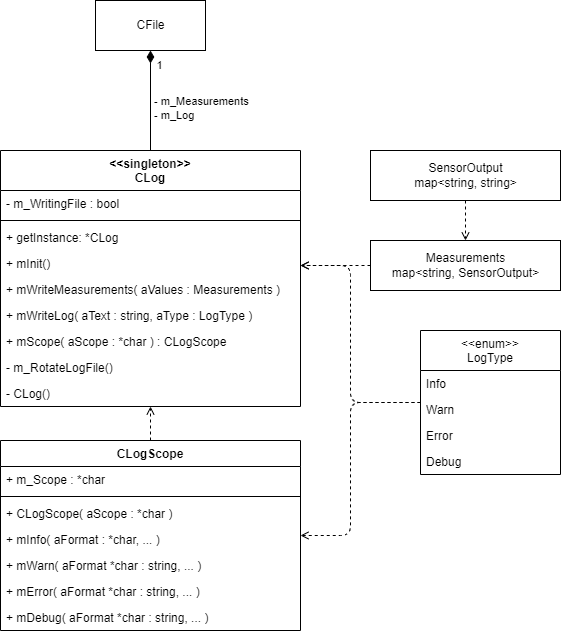
Before: uml/logger-abstraction.png, a diagram exported from draw.io (SenseBoxTI/FirmwareDesign). Source tidied: cells renumbered, new cells last; positions are measured from the earlier drawing's top-left corner, leaving out a move shared by most shapes.
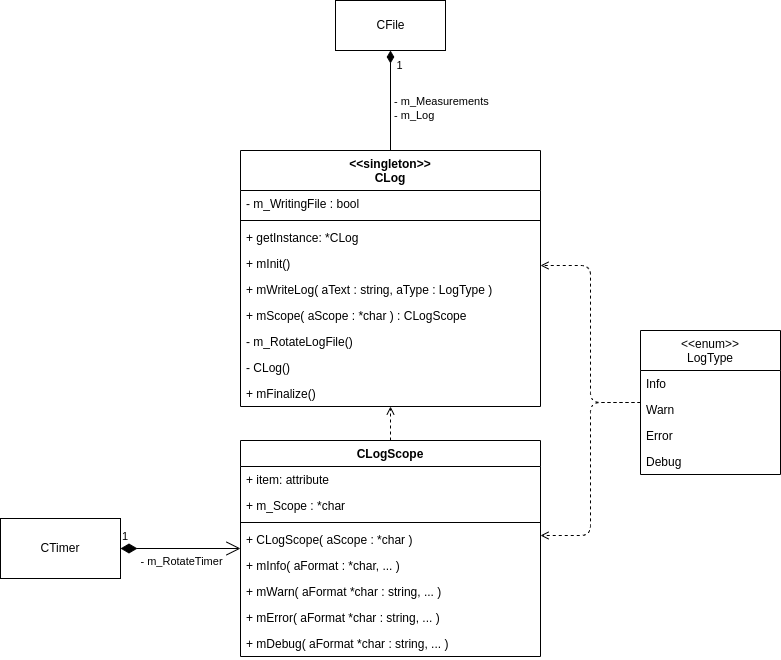
After the commit.

Diff of the diagram source:
```diff
@@ -30,41 +30,24 @@
     <mxCell id="9" value="+ mInit()" style="text;strokeColor=none;fillColor=none;align=left;verticalAlign=top;spacingLeft=4;spacingRight=4;overflow=hidden;" parent="5" vertex="1">
       <mxGeometry y="100" width="300" height="26" as="geometry" />
     </mxCell>
-    <mxCell id="10" value="+ mWriteMeasurements( aValues : Measurements )" style="text;strokeColor=none;fillColor=none;align=left;verticalAlign=top;spacingLeft=4;spacingRight=4;overflow=hidden;" parent="5" vertex="1">
-      <mxGeometry y="126" width="300" height="26" as="geometry" />
-    </mxCell>
     <mxCell id="11" value="+ mWriteLog( aText : string, aType : LogType )" style="text;strokeColor=none;fillColor=none;align=left;verticalAlign=top;spacingLeft=4;spacingRight=4;overflow=hidden;" parent="5" vertex="1">
-      <mxGeometry y="152" width="300" height="26" as="geometry" />
+      <mxGeometry y="126" width="300" height="26" as="geometry" />
     </mxCell>
     <mxCell id="12" value="+ mScope( aScope : *char ) : CLogScope" style="text;strokeColor=none;fillColor=none;align=left;verticalAlign=top;spacingLeft=4;spacingRight=4;overflow=hidden;" parent="5" vertex="1">
-      <mxGeometry y="178" width="300" height="26" as="geometry" />
+      <mxGeometry y="152" width="300" height="26" as="geometry" />
     </mxCell>
     <mxCell id="13" value="- m_RotateLogFile()" style="text;strokeColor=none;fillColor=none;align=left;verticalAlign=top;spacingLeft=4;spacingRight=4;overflow=hidden;" parent="5" vertex="1">
-      <mxGeometry y="204" width="300" height="26" as="geometry" />
+      <mxGeometry y="178" width="300" height="26" as="geometry" />
     </mxCell>
     <mxCell id="14" value="- CLog()" style="text;strokeColor=none;fillColor=none;align=left;verticalAlign=top;spacingLeft=4;spacingRight=4;overflow=hidden;" parent="5" vertex="1">
-      <mxGeometry y="230" width="300" height="26" as="geometry" />
+      <mxGeometry y="204" width="300" height="26" as="geometry" />
     </mxCell>
+    <mxCell id="36" value="+ mFinalize()" style="text;strokeColor=none;fillColor=none;align=left;verticalAlign=top;spacingLeft=4;spacingRight=4;overflow=hidden;" parent="5" vertex="1">
+      <mxGeometry y="230" width="300" height="26" as="geometry" />
+    </mxCell>
     <mxCell id="15" value="CFile" style="html=1;" parent="1" vertex="1">
       <mxGeometry x="95" width="110" height="50" as="geometry" />
     </mxCell>
-    <mxCell id="16" style="edgeStyle=orthogonalEdgeStyle;html=1;endArrow=open;endFill=0;endSize=6;dashed=1;" parent="1" edge="1" source="17" target="5">
-      <mxGeometry relative="1" as="geometry">
-        <Array as="points">
-          <mxPoint x="320" y="265" />
-          <mxPoint x="320" y="265" />
-        </Array>
-      </mxGeometry>
-    </mxCell>
-    <mxCell id="17" value="&lt;span style=&quot;text-align: left&quot;&gt;Measurements&lt;br&gt;map&amp;lt;string, SensorOutput&amp;gt;&lt;/span&gt;" style="html=1;" parent="1" vertex="1">
-      <mxGeometry x="370" y="240" width="190" height="50" as="geometry" />
-    </mxCell>
-    <mxCell id="18" style="edgeStyle=orthogonalEdgeStyle;html=1;dashed=1;endArrow=open;endFill=0;endSize=6;" parent="1" edge="1" source="19" target="17">
-      <mxGeometry relative="1" as="geometry" />
-    </mxCell>
-    <mxCell id="19" value="&lt;span style=&quot;text-align: left&quot;&gt;SensorOutput&lt;br&gt;map&amp;lt;string, string&amp;gt;&lt;/span&gt;" style="html=1;" parent="1" vertex="1">
-      <mxGeometry x="370" y="150" width="190" height="50" as="geometry" />
-    </mxCell>
     <mxCell id="20" style="edgeStyle=orthogonalEdgeStyle;html=1;dashed=1;endArrow=open;endFill=0;endSize=6;" parent="1" edge="1" source="22" target="5">
       <mxGeometry relative="1" as="geometry">
         <Array as="points">
@@ -82,7 +65,7 @@
       </mxGeometry>
     </mxCell>
     <mxCell id="22" value="&lt;&lt;enum&gt;&gt;&#10;LogType" style="swimlane;fontStyle=0;horizontal=1;startSize=40;fillColor=none;" parent="1" vertex="1">
-      <mxGeometry x="420" y="330" width="140" height="144" as="geometry" />
+      <mxGeometry x="400" y="330" width="140" height="144" as="geometry" />
     </mxCell>
     <mxCell id="23" value="Info" style="text;strokeColor=none;fillColor=none;align=left;verticalAlign=top;spacingLeft=4;spacingRight=4;overflow=hidden;" parent="22" vertex="1">
       <mxGeometry y="40" width="140" height="26" as="geometry" />
@@ -100,28 +83,42 @@
       <mxGeometry relative="1" as="geometry" />
     </mxCell>
     <mxCell id="28" value="CLogScope" style="swimlane;fontStyle=1;align=center;verticalAlign=top;horizontal=1;startSize=26;" parent="1" vertex="1">
-      <mxGeometry y="440" width="300" height="190" as="geometry" />
+      <mxGeometry y="440" width="300" height="216" as="geometry" />
     </mxCell>
+    <mxCell id="37" value="+ item: attribute" style="text;strokeColor=none;fillColor=none;align=left;verticalAlign=top;spacingLeft=4;spacingRight=4;overflow=hidden;" parent="28" vertex="1">
+      <mxGeometry y="26" width="300" height="26" as="geometry" />
+    </mxCell>
     <mxCell id="29" value="+ m_Scope : *char" style="text;strokeColor=none;fillColor=none;align=left;verticalAlign=top;spacingLeft=4;spacingRight=4;overflow=hidden;" parent="28" vertex="1">
-      <mxGeometry y="26" width="300" height="26" as="geometry" />
+      <mxGeometry y="52" width="300" height="26" as="geometry" />
     </mxCell>
     <mxCell id="30" style="line;strokeWidth=1;fillColor=none;align=left;verticalAlign=middle;spacingTop=-1;spacingLeft=3;spacingRight=3;labelPosition=right;" parent="28" vertex="1">
-      <mxGeometry y="52" width="300" height="8" as="geometry" />
+      <mxGeometry y="78" width="300" height="8" as="geometry" />
     </mxCell>
     <mxCell id="31" value="+ CLogScope( aScope : *char )" style="text;strokeColor=none;fillColor=none;align=left;verticalAlign=top;spacingLeft=4;spacingRight=4;overflow=hidden;" parent="28" vertex="1">
-      <mxGeometry y="60" width="300" height="26" as="geometry" />
+      <mxGeometry y="86" width="300" height="26" as="geometry" />
     </mxCell>
     <mxCell id="32" value="+ mInfo( aFormat : *char, ... )" style="text;strokeColor=none;fillColor=none;align=left;verticalAlign=top;spacingLeft=4;spacingRight=4;overflow=hidden;" parent="28" vertex="1">
-      <mxGeometry y="86" width="300" height="26" as="geometry" />
+      <mxGeometry y="112" width="300" height="26" as="geometry" />
     </mxCell>
     <mxCell id="33" value="+ mWarn( aFormat *char : string, ... )" style="text;strokeColor=none;fillColor=none;align=left;verticalAlign=top;spacingLeft=4;spacingRight=4;overflow=hidden;" parent="28" vertex="1">
-      <mxGeometry y="112" width="300" height="26" as="geometry" />
+      <mxGeometry y="138" width="300" height="26" as="geometry" />
     </mxCell>
     <mxCell id="34" value="+ mError( aFormat *char : string, ... )" style="text;strokeColor=none;fillColor=none;align=left;verticalAlign=top;spacingLeft=4;spacingRight=4;overflow=hidden;" parent="28" vertex="1">
-      <mxGeometry y="138" width="300" height="26" as="geometry" />
+      <mxGeometry y="164" width="300" height="26" as="geometry" />
     </mxCell>
     <mxCell id="35" value="+ mDebug( aFormat *char : string, ... )" style="text;strokeColor=none;fillColor=none;align=left;verticalAlign=top;spacingLeft=4;spacingRight=4;overflow=hidden;" parent="28" vertex="1">
-      <mxGeometry y="164" width="300" height="26" as="geometry" />
+      <mxGeometry y="190" width="300" height="26" as="geometry" />
     </mxCell>
+    <mxCell id="38" value="1" style="endArrow=open;html=1;endSize=12;startArrow=diamondThin;startSize=14;startFill=1;edgeStyle=orthogonalEdgeStyle;align=left;verticalAlign=bottom;" parent="1" edge="1" source="40" target="28">
+      <mxGeometry x="-1" y="3" relative="1" as="geometry" />
+    </mxCell>
+    <mxCell id="39" value="- m_RotateTimer" style="edgeLabel;html=1;align=center;verticalAlign=middle;" parent="38" vertex="1">
+      <mxGeometry x="-0.27" y="-2" relative="1" as="geometry">
+        <mxPoint x="16" y="10" as="offset" />
+      </mxGeometry>
+    </mxCell>
+    <mxCell id="40" value="CTimer" style="rounded=0;whiteSpace=wrap;html=1;" parent="1" vertex="1">
+      <mxGeometry x="-240" y="518" width="120" height="60" as="geometry" />
+    </mxCell>
   </root>
 </mxGraphModel>
```
